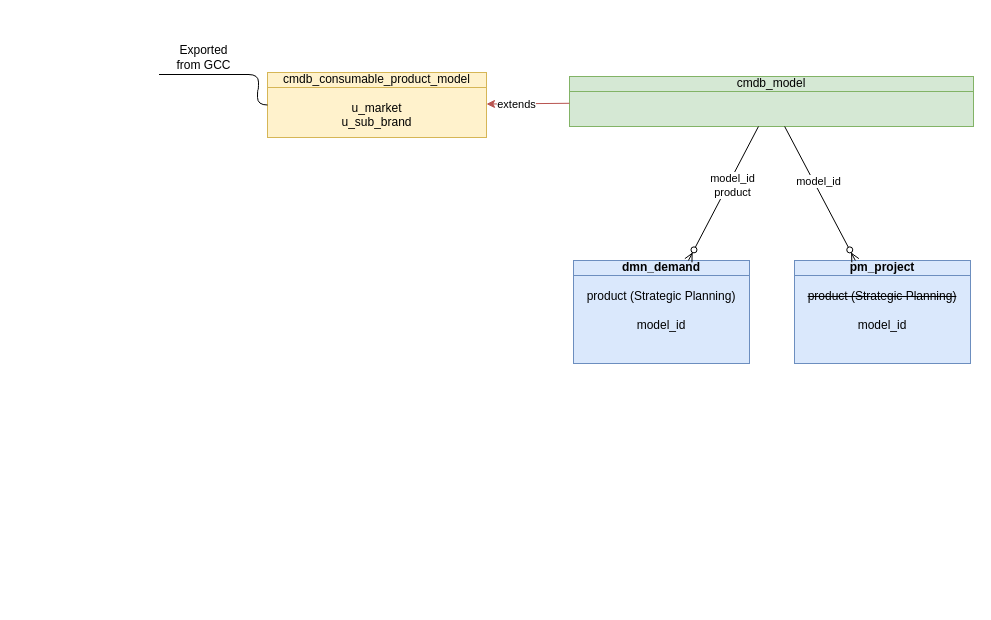
algimas/tmp keeps this draw.io diagram as page "start" (2 of 6) of JTI_product.drawio. Above is the earlier version. Source tidied: cells renumbered, new cells numbered last; positions are measured from the earlier drawing's top-left corner, leaving out a move shared by most shapes. Both pictures are drawn from the tidied source at 100%, with x=0, y=0 at pixel (159, 33).
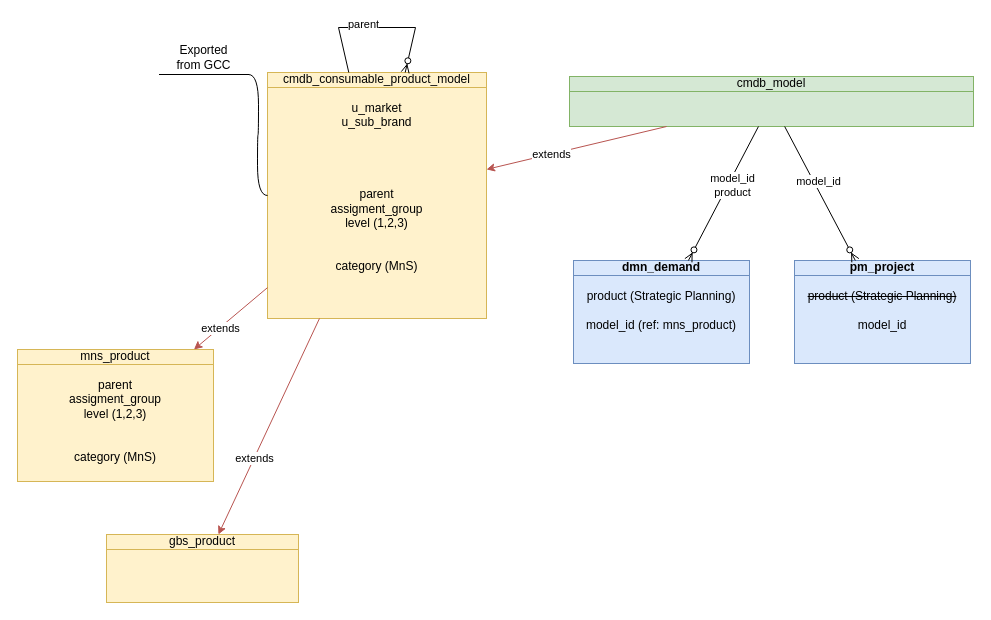
The same diagram, later.

Diff of the diagram source:
```diff
@@
-    <mxCell id="2" value="&lt;div&gt;cmdb_consumable_product_model&lt;/div&gt;&lt;div&gt;&lt;br&gt;&lt;/div&gt;&lt;div&gt;u_market&lt;/div&gt;&lt;div&gt;u_sub_brand&lt;/div&gt;" style="html=1;outlineConnect=0;whiteSpace=wrap;fillColor=#fff2cc;shape=mxgraph.archimate3.businessObject;overflow=fill;strokeColor=#d6b656;" parent="1" vertex="1">
-      <mxGeometry x="108" y="39" width="219" height="65" as="geometry" />
+    <mxCell id="2" value="&lt;div&gt;cmdb_consumable_product_model&lt;/div&gt;&lt;div&gt;&lt;br&gt;&lt;/div&gt;&lt;div&gt;u_market&lt;/div&gt;&lt;div&gt;u_sub_brand&lt;/div&gt;&lt;div&gt;&lt;br&gt;&lt;/div&gt;&lt;div&gt;&lt;br&gt;&lt;/div&gt;&lt;div&gt;&lt;br&gt;&lt;/div&gt;&lt;div&gt;&lt;br&gt;&lt;/div&gt;&lt;div&gt;parent&lt;/div&gt;&lt;div&gt;assigment_group&lt;/div&gt;&lt;div&gt;level (1,2,3)&lt;/div&gt;&lt;div&gt;&lt;br&gt;&lt;/div&gt;&lt;div&gt;&lt;br&gt;&lt;/div&gt;&lt;div&gt;category (MnS)&lt;/div&gt;" style="html=1;outlineConnect=0;whiteSpace=wrap;fillColor=#fff2cc;shape=mxgraph.archimate3.businessObject;overflow=fill;strokeColor=#d6b656;" parent="1" vertex="1">
+      <mxGeometry x="108" y="39" width="219" height="246" as="geometry" />
     </mxCell>
@@
-    <mxCell id="6" value="&lt;div&gt;&lt;b&gt;dmn_demand&lt;/b&gt;&lt;/div&gt;&lt;div&gt;&lt;br&gt;&lt;/div&gt;&lt;div&gt;product (Strategic Planning)&lt;/div&gt;&lt;div&gt;&lt;br&gt;&lt;/div&gt;&lt;div&gt;model_id&lt;/div&gt;&lt;div&gt;&lt;br&gt;&lt;/div&gt;&lt;div&gt;&lt;br&gt;&lt;/div&gt;" style="html=1;outlineConnect=0;whiteSpace=wrap;fillColor=#dae8fc;shape=mxgraph.archimate3.businessObject;overflow=fill;strokeColor=#6c8ebf;" parent="1" vertex="1">
+    <mxCell id="6" value="&lt;div&gt;&lt;b&gt;dmn_demand&lt;/b&gt;&lt;/div&gt;&lt;div&gt;&lt;br&gt;&lt;/div&gt;&lt;div&gt;product (Strategic Planning)&lt;/div&gt;&lt;div&gt;&lt;br&gt;&lt;/div&gt;&lt;div&gt;model_id (ref: mns_product)&lt;/div&gt;&lt;div&gt;&lt;br&gt;&lt;/div&gt;&lt;div&gt;&lt;br&gt;&lt;/div&gt;" style="html=1;outlineConnect=0;whiteSpace=wrap;fillColor=#dae8fc;shape=mxgraph.archimate3.businessObject;overflow=fill;strokeColor=#6c8ebf;" parent="1" vertex="1">
       <mxGeometry x="414" y="227" width="176" height="103" as="geometry" />
     </mxCell>
@@
+    <mxCell id="14" style="fontSize=12;html=1;endArrow=ERzeroToMany;endFill=1;rounded=0;" parent="1" edge="1" source="2" target="2">
+      <mxGeometry relative="1" as="geometry">
+        <Array as="points">
+          <mxPoint x="256" y="-6" />
+        </Array>
+      </mxGeometry>
+    </mxCell>
+    <mxCell id="15" value="parent" style="edgeLabel;html=1;align=center;verticalAlign=middle;" parent="14" vertex="1">
+      <mxGeometry x="-0.16" y="4" relative="1" as="geometry" />
+    </mxCell>
+    <mxCell id="16" value="&lt;div&gt;mns_product&lt;/div&gt;&lt;div&gt;&lt;br&gt;&lt;/div&gt;&lt;div&gt;&lt;div&gt;parent&lt;/div&gt;&lt;div&gt;assigment_group&lt;/div&gt;&lt;div&gt;level (1,2,3)&lt;/div&gt;&lt;div&gt;&lt;br&gt;&lt;/div&gt;&lt;div&gt;&lt;br&gt;&lt;/div&gt;&lt;div&gt;category (MnS)&lt;/div&gt;&lt;br&gt;&lt;/div&gt;" style="html=1;outlineConnect=0;whiteSpace=wrap;fillColor=#fff2cc;shape=mxgraph.archimate3.businessObject;overflow=fill;strokeColor=#d6b656;" parent="1" vertex="1">
+      <mxGeometry x="-142" y="316" width="196" height="132" as="geometry" />
+    </mxCell>
+    <mxCell id="17" style="endArrow=classic;html=1;rounded=0;fillColor=#f8cecc;strokeColor=#b85450;" parent="1" edge="1" source="2" target="16">
+      <mxGeometry relative="1" as="geometry" />
+    </mxCell>
+    <mxCell id="18" value="extends" style="edgeLabel;html=1;align=center;verticalAlign=middle;" parent="17" vertex="1">
+      <mxGeometry x="0.29" relative="1" as="geometry" />
+    </mxCell>
+    <mxCell id="19" value="gbs_product" style="html=1;outlineConnect=0;whiteSpace=wrap;fillColor=#fff2cc;shape=mxgraph.archimate3.businessObject;overflow=fill;strokeColor=#d6b656;" parent="1" vertex="1">
+      <mxGeometry x="-53" y="501" width="192" height="68" as="geometry" />
+    </mxCell>
+    <mxCell id="20" style="endArrow=classic;html=1;rounded=0;fillColor=#f8cecc;strokeColor=#b85450;" parent="1" edge="1" source="2" target="19">
+      <mxGeometry relative="1" as="geometry" />
+    </mxCell>
+    <mxCell id="21" value="extends" style="edgeLabel;html=1;align=center;verticalAlign=middle;" parent="20" vertex="1">
+      <mxGeometry x="0.29" relative="1" as="geometry" />
+    </mxCell>
```
